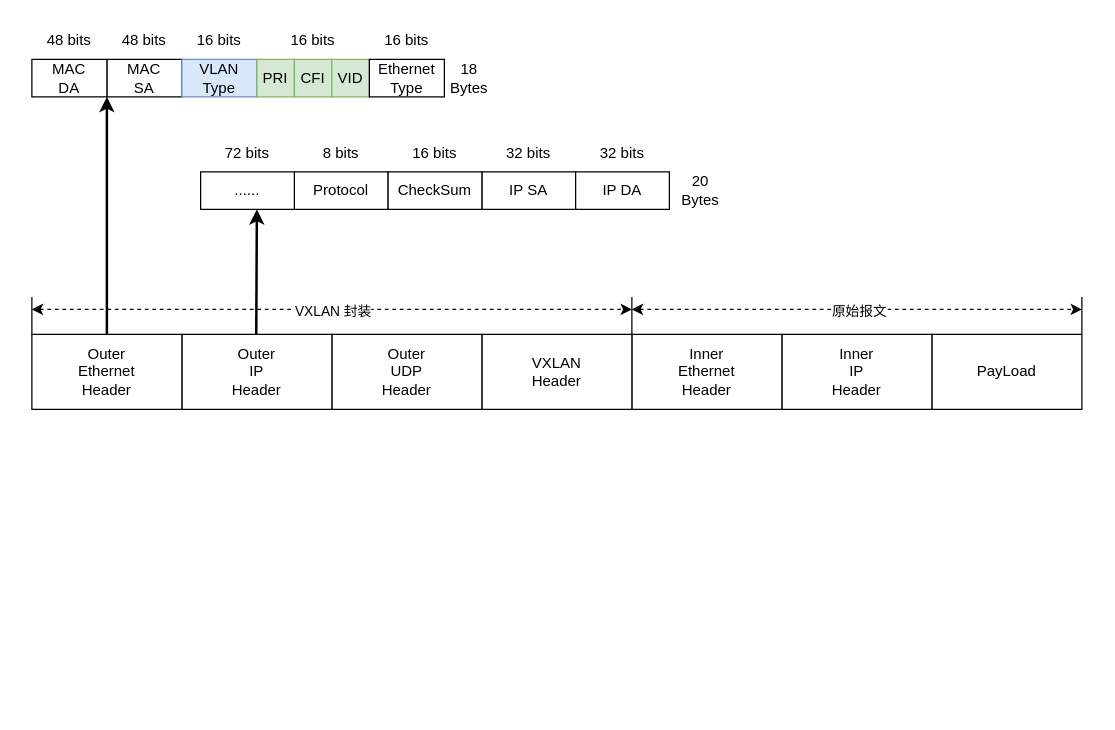
This is network basic.drawio from wehyy/my-world, a draw.io file, before an edit. Source tidied: cells renumbered, new cells numbered last; positions are measured from the earlier drawing's top-left corner, leaving out a move shared by most shapes. Both pictures are drawn from the tidied source at 125%, with x=0, y=0 at pixel (31, 21).
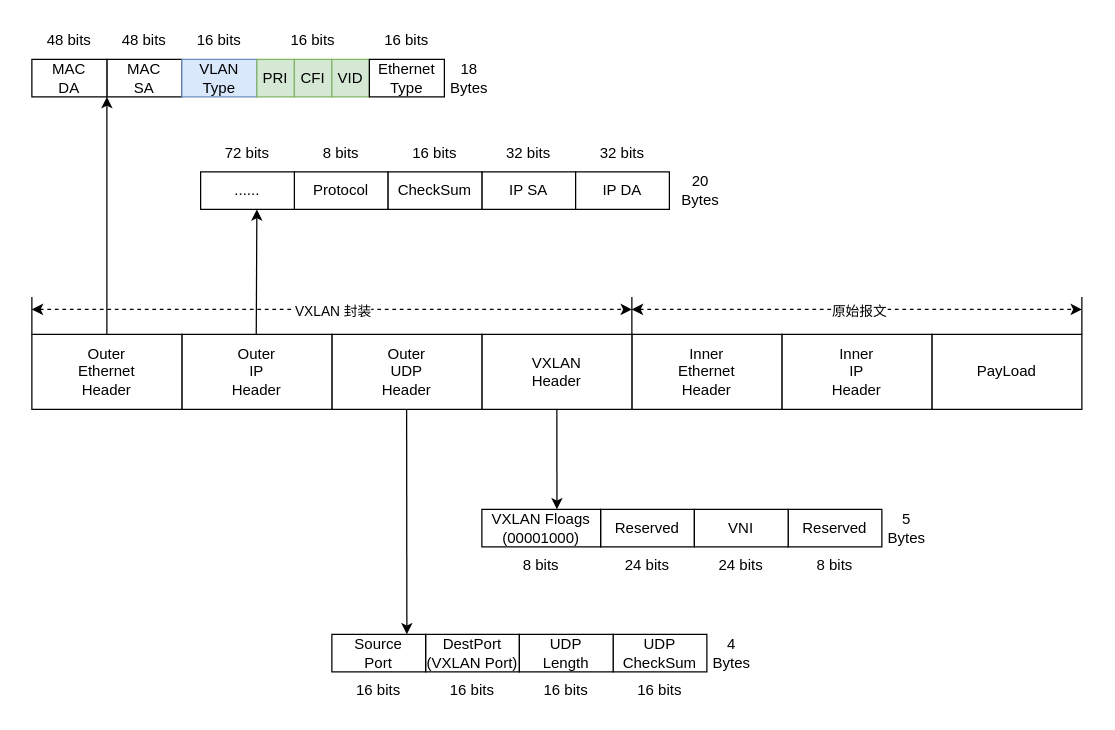
Above is the later version.

The change refers to these unchanged cells:
```xml
<mxCell id="5" value="VXLAN&lt;br&gt;Header" style="whiteSpace=wrap;html=1;" parent="1" vertex="1">
  <mxGeometry x="360" y="250" width="120" height="60" as="geometry" />
</mxCell>
<mxCell id="16" value="MAC&lt;br&gt;SA" style="whiteSpace=wrap;html=1;" parent="1" vertex="1">
  <mxGeometry x="60" y="30" width="60" height="30" as="geometry" />
</mxCell>
```

Change to the diagram source:
```diff
@@
-    <mxCell id="40" style="endArrow=classic;html=1;rounded=0;entryX=0;entryY=1;entryDx=0;entryDy=0;strokeWidth=2;" parent="1" edge="1" target="16">
+    <mxCell id="40" style="endArrow=classic;html=1;rounded=0;entryX=0;entryY=1;entryDx=0;entryDy=0;strokeWidth=1;" parent="1" edge="1" target="16">
       <mxGeometry relative="1" as="geometry">
         <mxPoint x="60" y="250" as="sourcePoint" />
       </mxGeometry>
     </mxCell>
-    <mxCell id="41" style="endArrow=classic;html=1;rounded=0;strokeWidth=2;" parent="1" edge="1">
+    <mxCell id="41" style="endArrow=classic;html=1;rounded=0;strokeWidth=1;" parent="1" edge="1">
       <mxGeometry relative="1" as="geometry">
         <mxPoint x="179.5" y="250" as="sourcePoint" />
         <mxPoint x="180" y="150" as="targetPoint" />
       </mxGeometry>
     </mxCell>
+    <mxCell id="42" value="DestPort&lt;br&gt;(VXLAN Port)" style="whiteSpace=wrap;html=1;" parent="1" vertex="1">
+      <mxGeometry x="315" y="490" width="75" height="30" as="geometry" />
+    </mxCell>
+    <mxCell id="43" value="Source&lt;br&gt;Port" style="whiteSpace=wrap;html=1;" parent="1" vertex="1">
+      <mxGeometry x="240" y="490" width="75" height="30" as="geometry" />
+    </mxCell>
+    <mxCell id="44" value="UDP&lt;br&gt;CheckSum" style="whiteSpace=wrap;html=1;" parent="1" vertex="1">
+      <mxGeometry x="465" y="490" width="75" height="30" as="geometry" />
+    </mxCell>
+    <mxCell id="45" value="16 bits" style="text;strokeColor=none;align=center;fillColor=none;html=1;verticalAlign=middle;whiteSpace=wrap;rounded=0;" parent="1" vertex="1">
+      <mxGeometry x="240" y="520" width="75" height="30" as="geometry" />
+    </mxCell>
+    <mxCell id="46" value="16 bits" style="text;strokeColor=none;align=center;fillColor=none;html=1;verticalAlign=middle;whiteSpace=wrap;rounded=0;" parent="1" vertex="1">
+      <mxGeometry x="315" y="520" width="75" height="30" as="geometry" />
+    </mxCell>
+    <mxCell id="47" value="16 bits" style="text;strokeColor=none;align=center;fillColor=none;html=1;verticalAlign=middle;whiteSpace=wrap;rounded=0;" parent="1" vertex="1">
+      <mxGeometry x="465" y="520" width="75" height="30" as="geometry" />
+    </mxCell>
+    <mxCell id="48" value="4&lt;br&gt;Bytes" style="text;strokeColor=none;align=center;fillColor=none;html=1;verticalAlign=middle;whiteSpace=wrap;rounded=0;" parent="1" vertex="1">
+      <mxGeometry x="530" y="490" width="60" height="30" as="geometry" />
+    </mxCell>
+    <mxCell id="49" value="UDP&lt;br&gt;Length" style="whiteSpace=wrap;html=1;" parent="1" vertex="1">
+      <mxGeometry x="390" y="490" width="75" height="30" as="geometry" />
+    </mxCell>
+    <mxCell id="50" value="16 bits" style="text;strokeColor=none;align=center;fillColor=none;html=1;verticalAlign=middle;whiteSpace=wrap;rounded=0;" parent="1" vertex="1">
+      <mxGeometry x="390" y="520" width="75" height="30" as="geometry" />
+    </mxCell>
+    <mxCell id="51" value="Reserved" style="whiteSpace=wrap;html=1;" parent="1" vertex="1">
+      <mxGeometry x="455" y="390" width="75" height="30" as="geometry" />
+    </mxCell>
+    <mxCell id="52" value="VXLAN Floags&lt;br&gt;(00001000)" style="whiteSpace=wrap;html=1;" parent="1" vertex="1">
+      <mxGeometry x="360" y="390" width="95" height="30" as="geometry" />
+    </mxCell>
+    <mxCell id="53" value="Reserved" style="whiteSpace=wrap;html=1;" parent="1" vertex="1">
+      <mxGeometry x="605" y="390" width="75" height="30" as="geometry" />
+    </mxCell>
+    <mxCell id="54" value="8 bits" style="text;strokeColor=none;align=center;fillColor=none;html=1;verticalAlign=middle;whiteSpace=wrap;rounded=0;" parent="1" vertex="1">
+      <mxGeometry x="360" y="420" width="95" height="30" as="geometry" />
+    </mxCell>
+    <mxCell id="55" value="24 bits" style="text;strokeColor=none;align=center;fillColor=none;html=1;verticalAlign=middle;whiteSpace=wrap;rounded=0;" parent="1" vertex="1">
+      <mxGeometry x="455" y="420" width="75" height="30" as="geometry" />
+    </mxCell>
+    <mxCell id="56" value="8 bits" style="text;strokeColor=none;align=center;fillColor=none;html=1;verticalAlign=middle;whiteSpace=wrap;rounded=0;" parent="1" vertex="1">
+      <mxGeometry x="605" y="420" width="75" height="30" as="geometry" />
+    </mxCell>
+    <mxCell id="57" value="5&lt;br&gt;Bytes" style="text;strokeColor=none;align=center;fillColor=none;html=1;verticalAlign=middle;whiteSpace=wrap;rounded=0;" parent="1" vertex="1">
+      <mxGeometry x="670" y="390" width="60" height="30" as="geometry" />
+    </mxCell>
+    <mxCell id="58" value="VNI" style="whiteSpace=wrap;html=1;" parent="1" vertex="1">
+      <mxGeometry x="530" y="390" width="75" height="30" as="geometry" />
+    </mxCell>
+    <mxCell id="59" value="24 bits" style="text;strokeColor=none;align=center;fillColor=none;html=1;verticalAlign=middle;whiteSpace=wrap;rounded=0;" parent="1" vertex="1">
+      <mxGeometry x="530" y="420" width="75" height="30" as="geometry" />
+    </mxCell>
+    <mxCell id="60" style="endArrow=classic;html=1;rounded=0;exitX=0.5;exitY=1;exitDx=0;exitDy=0;entryX=0.632;entryY=0;entryDx=0;entryDy=0;entryPerimeter=0;" parent="1" edge="1" source="5" target="52">
+      <mxGeometry relative="1" as="geometry" />
+    </mxCell>
+    <mxCell id="61" style="endArrow=classic;html=1;rounded=0;exitX=0.5;exitY=1;exitDx=0;exitDy=0;entryX=0.8;entryY=0;entryDx=0;entryDy=0;entryPerimeter=0;" parent="1" edge="1" target="43">
+      <mxGeometry relative="1" as="geometry">
+        <mxPoint x="299.8" y="310" as="sourcePoint" />
+      </mxGeometry>
+    </mxCell>
```
